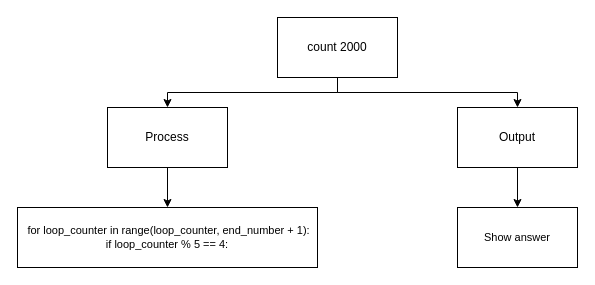
Before: design.drawio in Aleksandr-Ten/ICS3U-Unit4-07-Python, a draw.io diagram. Source tidied: cells renumbered, new cells numbered last; positions are measured from the earlier drawing's top-left corner, leaving out a move shared by most shapes. Both pictures are drawn from the tidied source at 100%, with x=0, y=0 at pixel (17, 17).
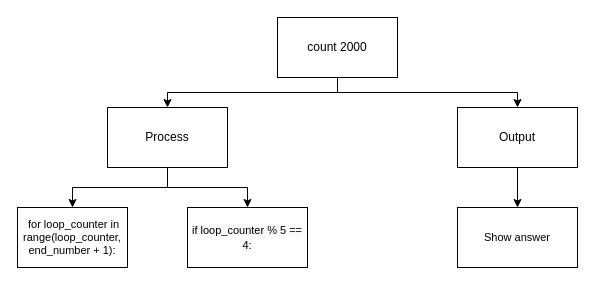
The same diagram, later.

Diff of the diagram source:
```diff
@@
 <mxGraphModel>
   <root>
     <mxCell id="0" />
     <mxCell id="1" parent="0" />
     <mxCell id="2" style="edgeStyle=orthogonalEdgeStyle;html=1;exitX=0.5;exitY=1;exitDx=0;exitDy=0;entryX=0.5;entryY=0;entryDx=0;entryDy=0;rounded=0;" parent="1" edge="1" source="4" target="6">
       <mxGeometry relative="1" as="geometry" />
     </mxCell>
     <mxCell id="3" style="edgeStyle=orthogonalEdgeStyle;shape=connector;rounded=0;html=1;labelBackgroundColor=default;fontFamily=Helvetica;fontSize=11;fontColor=default;endArrow=classic;strokeColor=default;exitX=0.5;exitY=1;exitDx=0;exitDy=0;" parent="1" edge="1" source="4" target="8">
       <mxGeometry relative="1" as="geometry" />
     </mxCell>
     <mxCell id="4" value="count 2000" style="rounded=0;whiteSpace=wrap;html=1;" parent="1" vertex="1">
       <mxGeometry x="260" width="120" height="60" as="geometry" />
     </mxCell>
     <mxCell id="5" style="edgeStyle=orthogonalEdgeStyle;shape=connector;rounded=0;html=1;exitX=0.5;exitY=1;exitDx=0;exitDy=0;labelBackgroundColor=default;fontFamily=Helvetica;fontSize=11;fontColor=default;endArrow=classic;strokeColor=default;" parent="1" edge="1" source="6" target="9">
       <mxGeometry relative="1" as="geometry" />
     </mxCell>
+    <mxCell id="11" style="edgeStyle=orthogonalEdgeStyle;html=1;exitX=0.5;exitY=1;exitDx=0;exitDy=0;entryX=0.5;entryY=0;entryDx=0;entryDy=0;rounded=0;" parent="1" edge="1" source="6" target="12">
+      <mxGeometry relative="1" as="geometry" />
+    </mxCell>
     <mxCell id="6" value="Process" style="rounded=0;whiteSpace=wrap;html=1;" parent="1" vertex="1">
       <mxGeometry x="90" y="90" width="120" height="60" as="geometry" />
     </mxCell>
     <mxCell id="7" style="edgeStyle=orthogonalEdgeStyle;shape=connector;rounded=0;html=1;labelBackgroundColor=default;fontFamily=Helvetica;fontSize=11;fontColor=default;endArrow=classic;strokeColor=default;" parent="1" edge="1" source="8" target="10">
       <mxGeometry relative="1" as="geometry" />
     </mxCell>
     <mxCell id="8" value="Output" style="rounded=0;whiteSpace=wrap;html=1;" parent="1" vertex="1">
       <mxGeometry x="440" y="90" width="120" height="60" as="geometry" />
     </mxCell>
-    <mxCell id="9" value="&amp;nbsp;for loop_counter in range(loop_counter, end_number + 1):&lt;br&gt;if loop_counter % 5 == 4:" style="rounded=0;whiteSpace=wrap;html=1;fontFamily=Helvetica;fontSize=11;fontColor=default;" parent="1" vertex="1">
-      <mxGeometry y="190" width="300" height="60" as="geometry" />
+    <mxCell id="9" value="&amp;nbsp;for loop_counter in range(loop_counter, end_number + 1):&lt;br&gt;" style="rounded=0;whiteSpace=wrap;html=1;fontFamily=Helvetica;fontSize=11;fontColor=default;" parent="1" vertex="1">
+      <mxGeometry y="190" width="110" height="60" as="geometry" />
     </mxCell>
     <mxCell id="10" value="Show answer" style="rounded=0;whiteSpace=wrap;html=1;fontFamily=Helvetica;fontSize=11;fontColor=default;" parent="1" vertex="1">
       <mxGeometry x="440" y="190" width="120" height="60" as="geometry" />
     </mxCell>
+    <mxCell id="12" value="&lt;span style=&quot;color: rgb(0, 0, 0); font-family: helvetica; font-size: 11px; font-style: normal; font-weight: 400; letter-spacing: normal; text-align: center; text-indent: 0px; text-transform: none; word-spacing: 0px; background-color: rgb(248, 249, 250); display: inline; float: none;&quot;&gt;if loop_counter % 5 == 4:&lt;/span&gt;" style="rounded=0;whiteSpace=wrap;html=1;" parent="1" vertex="1">
+      <mxGeometry x="170" y="190" width="120" height="60" as="geometry" />
+    </mxCell>
   </root>
 </mxGraphModel>
```
